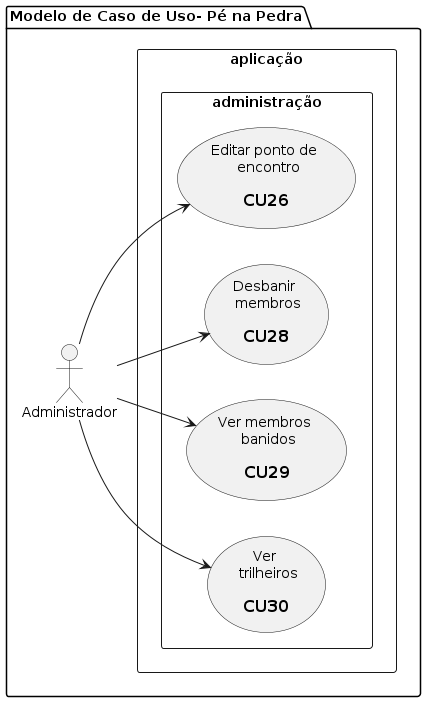
tiagors09/pe_na_pedra keeps this PlantUML diagram as docs/diagrams/out/usecases_diagrams/pe_na_pedra_usecase_5.png. Above is the earlier version. The source it was exported from:
```plantuml
@startuml pe_na_pedra_usecase_5
  left to right direction

  package "Modelo de Caso de Uso- Pé na Pedra" {

    :Administrador: as adm

    rectangle aplicação {
      rectangle administração {
        usecase uc26 as "Editar ponto de \n encontro\n
          == CU26"
        usecase uc28 as "Desbanir \n membros\n
          == CU28"
        usecase uc29 as "Ver membros \n banidos\n
          == CU29"
        usecase uc30 as "Ver \n trilheiros\n
          == CU30"
      }
    }
  }

  adm --> uc26
  adm --> uc28
  adm --> uc29
  adm --> uc30
@enduml
```
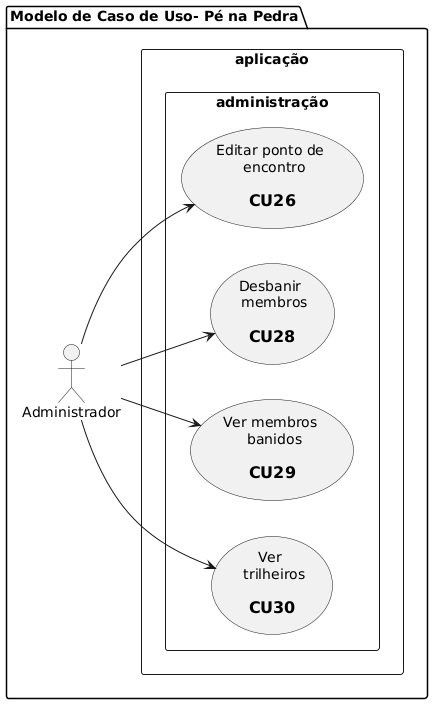
After the commit.

What changed in the source:
```diff
@@ -1,5 +1,5 @@
-@startuml pe_na_pedra_usecase_5
-  left to right direction
+@startuml
+left to right direction
 
   package "Modelo de Caso de Uso- Pé na Pedra" {
 
```
